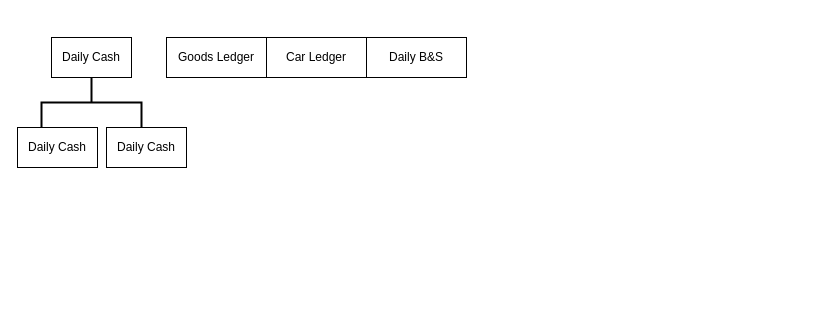
This is Untitled Diagram.drawio from htetmyataung/flowchartforOM, a draw.io file, before an edit. Source tidied: cells renumbered, new cells numbered last; positions are measured from the earlier drawing's top-left corner, leaving out a move shared by most shapes. Both pictures are drawn from the tidied source at 100%, with x=0, y=0 at pixel (17, 37).
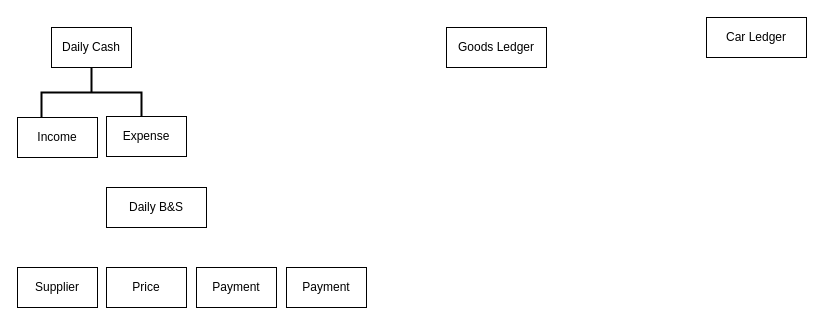
After the change.

What changed in the source:
```diff
@@
 <mxGraphModel>
   <root>
     <mxCell id="0" />
     <mxCell id="1" parent="0" />
     <mxCell id="2" value="Goods Ledger" style="rounded=0;whiteSpace=wrap;html=1;" parent="1" vertex="1">
-      <mxGeometry x="149" width="100" height="40" as="geometry" />
+      <mxGeometry x="429" y="-10" width="100" height="40" as="geometry" />
     </mxCell>
-    <mxCell id="3" value="Daily Cash" style="rounded=0;whiteSpace=wrap;html=1;" parent="1" vertex="1">
-      <mxGeometry y="90" width="80" height="40" as="geometry" />
+    <mxCell id="3" value="Income" style="rounded=0;whiteSpace=wrap;html=1;" parent="1" vertex="1">
+      <mxGeometry y="80" width="80" height="40" as="geometry" />
     </mxCell>
     <mxCell id="4" value="&lt;div&gt;Car Ledger&lt;/div&gt;" style="rounded=0;whiteSpace=wrap;html=1;" parent="1" vertex="1">
-      <mxGeometry x="249" width="100" height="40" as="geometry" />
+      <mxGeometry x="689" y="-20" width="100" height="40" as="geometry" />
     </mxCell>
     <mxCell id="5" value="Daily B&amp;amp;S" style="rounded=0;whiteSpace=wrap;html=1;" parent="1" vertex="1">
-      <mxGeometry x="349" width="100" height="40" as="geometry" />
+      <mxGeometry x="89" y="150" width="100" height="40" as="geometry" />
     </mxCell>
     <mxCell id="6" style="strokeWidth=2;html=1;shape=mxgraph.flowchart.annotation_2;align=left;labelPosition=right;rotation=90;" parent="1" vertex="1">
-      <mxGeometry x="49" y="15" width="50" height="100" as="geometry" />
+      <mxGeometry x="49" y="5" width="50" height="100" as="geometry" />
     </mxCell>
-    <mxCell id="7" value="Daily Cash" style="rounded=0;whiteSpace=wrap;html=1;" parent="1" vertex="1">
-      <mxGeometry x="89" y="90" width="80" height="40" as="geometry" />
+    <mxCell id="7" value="Expense" style="rounded=0;whiteSpace=wrap;html=1;" parent="1" vertex="1">
+      <mxGeometry x="89" y="79" width="80" height="40" as="geometry" />
     </mxCell>
     <mxCell id="8" value="Daily Cash" style="rounded=0;whiteSpace=wrap;html=1;" parent="1" vertex="1">
-      <mxGeometry x="34" width="80" height="40" as="geometry" />
+      <mxGeometry x="34" y="-10" width="80" height="40" as="geometry" />
     </mxCell>
+    <mxCell id="9" value="&lt;div&gt;Supplier&lt;/div&gt;" style="rounded=0;whiteSpace=wrap;html=1;" parent="1" vertex="1">
+      <mxGeometry y="230" width="80" height="40" as="geometry" />
+    </mxCell>
+    <mxCell id="10" value="Price" style="rounded=0;whiteSpace=wrap;html=1;" parent="1" vertex="1">
+      <mxGeometry x="89" y="230" width="80" height="40" as="geometry" />
+    </mxCell>
+    <mxCell id="11" value="Payment" style="rounded=0;whiteSpace=wrap;html=1;" parent="1" vertex="1">
+      <mxGeometry x="179" y="230" width="80" height="40" as="geometry" />
+    </mxCell>
+    <mxCell id="12" value="Payment" style="rounded=0;whiteSpace=wrap;html=1;" parent="1" vertex="1">
+      <mxGeometry x="269" y="230" width="80" height="40" as="geometry" />
+    </mxCell>
   </root>
 </mxGraphModel>
```
